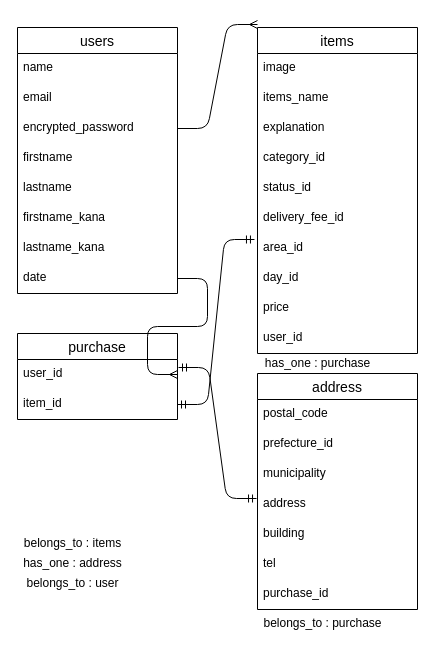
dsanrails/furima-22215 keeps this draw.io diagram as furima-22215.dio. Above is the earlier version. Source tidied: cells renumbered, new cells numbered last; positions are measured from the earlier drawing's top-left corner, leaving out a move shared by most shapes. Both pictures are drawn from the tidied source at 100%, with x=0, y=0 at pixel (17, 24).
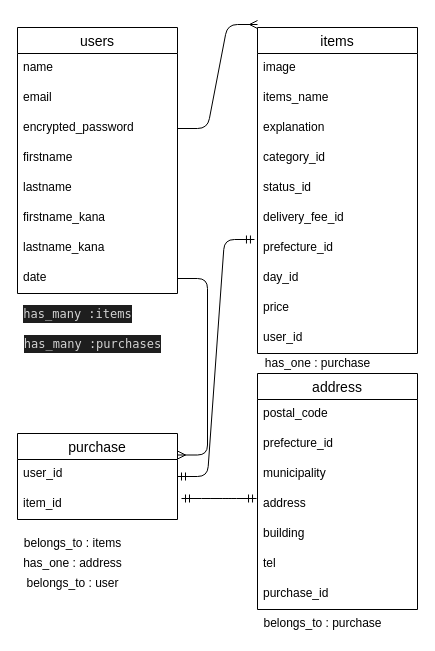
Above is the later version.

Commit message (it also covers changes not shown here):
発送元と都道府県のカラム名統一

The change refers to these unchanged cells:
```xml
<mxCell id="6" value="address" style="text;strokeColor=none;fillColor=none;spacingLeft=4;spacingRight=4;overflow=hidden;points=[[0,0.5],[1,0.5]];portConstraint=eastwest;fontSize=12;" parent="2" vertex="1">
  <mxGeometry y="116" width="160" height="30" as="geometry" />
</mxCell>
<mxCell id="18" value="date" style="text;strokeColor=none;fillColor=none;spacingLeft=4;spacingRight=4;overflow=hidden;points=[[0,0.5],[1,0.5]];portConstraint=eastwest;fontSize=12;" parent="10" vertex="1">
  <mxGeometry y="236" width="160" height="30" as="geometry" />
</mxCell>
<mxCell id="19" value="items" style="swimlane;fontStyle=0;horizontal=1;startSize=26;align=center;fontSize=14;" parent="1" vertex="1">
  <mxGeometry x="240" y="3" width="160" height="326" as="geometry" />
</mxCell>
<mxCell id="32" value="item_id" style="text;strokeColor=none;fillColor=none;spacingLeft=4;spacingRight=4;overflow=hidden;points=[[0,0.5],[1,0.5]];portConstraint=eastwest;fontSize=12;" parent="30" vertex="1">
  <mxGeometry y="56" width="160" height="30" as="geometry" />
</mxCell>
```

What changed in the source:
```diff
@@
-    <mxCell id="26" value="area_id" style="text;strokeColor=none;fillColor=none;spacingLeft=4;spacingRight=4;overflow=hidden;points=[[0,0.5],[1,0.5]];portConstraint=eastwest;fontSize=12;" parent="19" vertex="1">
+    <mxCell id="26" value="prefecture_id" style="text;strokeColor=none;fillColor=none;spacingLeft=4;spacingRight=4;overflow=hidden;points=[[0,0.5],[1,0.5]];portConstraint=eastwest;fontSize=12;" parent="19" vertex="1">
       <mxGeometry y="206" width="160" height="30" as="geometry" />
     </mxCell>
@@
     <mxCell id="30" value="purchase" style="swimlane;fontStyle=0;horizontal=1;startSize=26;align=center;fontSize=14;" parent="1" vertex="1">
-      <mxGeometry y="309" width="160" height="86" as="geometry" />
+      <mxGeometry y="409" width="160" height="86" as="geometry" />
     </mxCell>
@@
-    <mxCell id="34" style="edgeStyle=entityRelationEdgeStyle;fontSize=12;html=1;endArrow=ERmany;exitX=1;exitY=0.5;exitDx=0;exitDy=0;entryX=1;entryY=0.5;entryDx=0;entryDy=0;endFill=0;" parent="1" edge="1" source="18">
-      <mxGeometry relative="1" as="geometry">
-        <mxPoint x="160" y="350" as="targetPoint" />
-      </mxGeometry>
+    <mxCell id="34" style="edgeStyle=entityRelationEdgeStyle;fontSize=12;html=1;endArrow=ERmany;exitX=1;exitY=0.5;exitDx=0;exitDy=0;endFill=0;entryX=1;entryY=0.25;entryDx=0;entryDy=0;" parent="1" edge="1" source="18" target="30">
+      <mxGeometry relative="1" as="geometry" />
     </mxCell>
-    <mxCell id="35" style="edgeStyle=entityRelationEdgeStyle;fontSize=12;html=1;endArrow=ERmandOne;startArrow=ERmandOne;exitX=1;exitY=0.5;exitDx=0;exitDy=0;entryX=-0.019;entryY=0.2;entryDx=0;entryDy=0;entryPerimeter=0;" parent="1" edge="1" target="26">
-      <mxGeometry relative="1" as="geometry">
-        <mxPoint x="160" y="380" as="sourcePoint" />
-      </mxGeometry>
+    <mxCell id="35" style="edgeStyle=entityRelationEdgeStyle;fontSize=12;html=1;endArrow=ERmandOne;startArrow=ERmandOne;exitX=1;exitY=0.5;exitDx=0;exitDy=0;entryX=-0.019;entryY=0.2;entryDx=0;entryDy=0;entryPerimeter=0;" parent="1" edge="1" source="30" target="26">
+      <mxGeometry relative="1" as="geometry" />
     </mxCell>
@@
-    <mxCell id="38" style="edgeStyle=entityRelationEdgeStyle;fontSize=12;html=1;endArrow=ERmandOne;startArrow=ERmandOne;exitX=1.006;exitY=0.267;exitDx=0;exitDy=0;exitPerimeter=0;entryX=-0.006;entryY=0.3;entryDx=0;entryDy=0;entryPerimeter=0;" parent="1" edge="1" target="6">
-      <mxGeometry relative="1" as="geometry">
-        <mxPoint x="161" y="343" as="sourcePoint" />
-      </mxGeometry>
+    <mxCell id="38" style="edgeStyle=entityRelationEdgeStyle;fontSize=12;html=1;endArrow=ERmandOne;startArrow=ERmandOne;exitX=1.025;exitY=0.3;exitDx=0;exitDy=0;exitPerimeter=0;entryX=-0.006;entryY=0.3;entryDx=0;entryDy=0;entryPerimeter=0;" parent="1" edge="1" source="32" target="6">
+      <mxGeometry relative="1" as="geometry" />
     </mxCell>
@@
+    <mxCell id="42" value="&lt;div style=&quot;color: rgb(212 , 212 , 212) ; background-color: rgb(30 , 30 , 30) ; font-family: &amp;#34;menlo&amp;#34; , &amp;#34;monaco&amp;#34; , &amp;#34;courier new&amp;#34; , monospace ; line-height: 18px&quot;&gt;has_many :items&lt;/div&gt;" style="text;html=1;align=center;verticalAlign=middle;" parent="1" vertex="1">
+      <mxGeometry y="279" width="120" height="20" as="geometry" />
+    </mxCell>
+    <mxCell id="43" value="&lt;div style=&quot;color: rgb(212 , 212 , 212) ; background-color: rgb(30 , 30 , 30) ; font-family: &amp;#34;menlo&amp;#34; , &amp;#34;monaco&amp;#34; , &amp;#34;courier new&amp;#34; , monospace ; line-height: 18px&quot;&gt;has_many :purchases&lt;/div&gt;" style="text;html=1;align=center;verticalAlign=middle;" parent="1" vertex="1">
+      <mxGeometry y="309" width="150" height="20" as="geometry" />
+    </mxCell>
```
